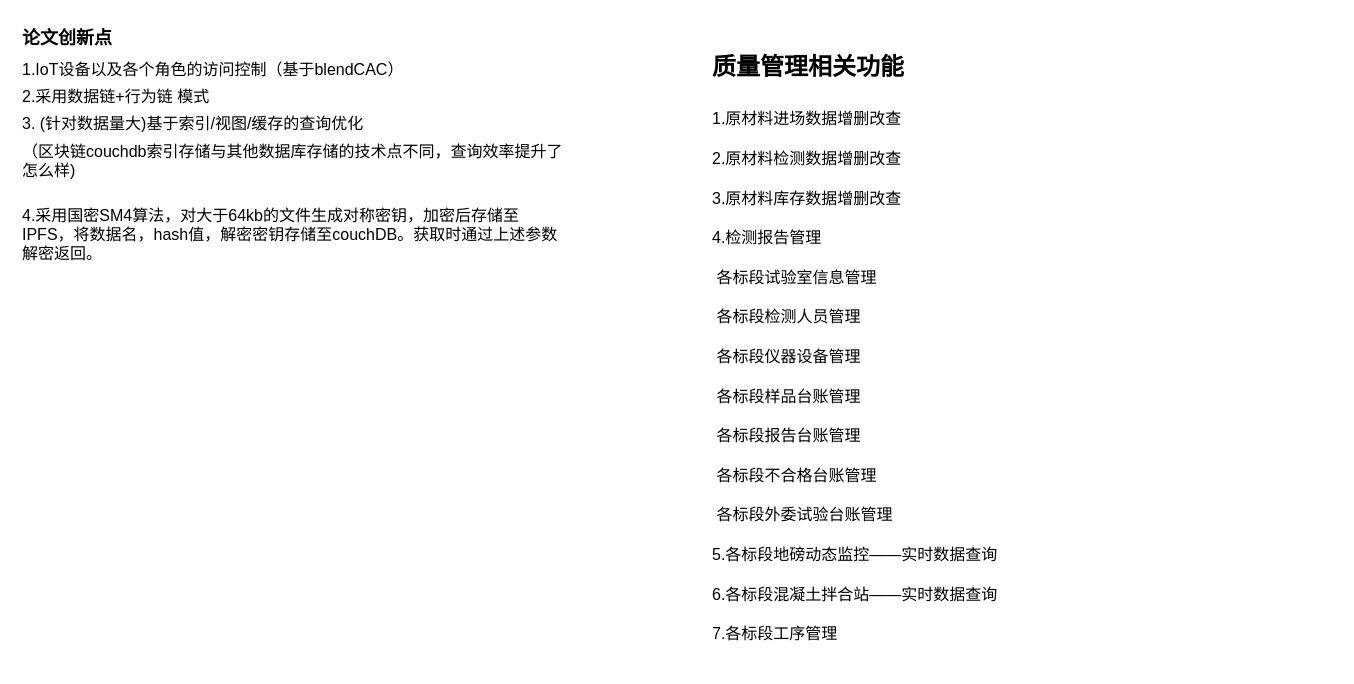
lhq-HuNan/image keeps this draw.io diagram as 未命名绘图.drawio. Above is the earlier version. Source tidied: cells renumbered, new cells numbered last; positions are measured from the earlier drawing's top-left corner, leaving out a move shared by most shapes. Both pictures are drawn from the tidied source at 100%, with x=0, y=0 at pixel (17, 27).
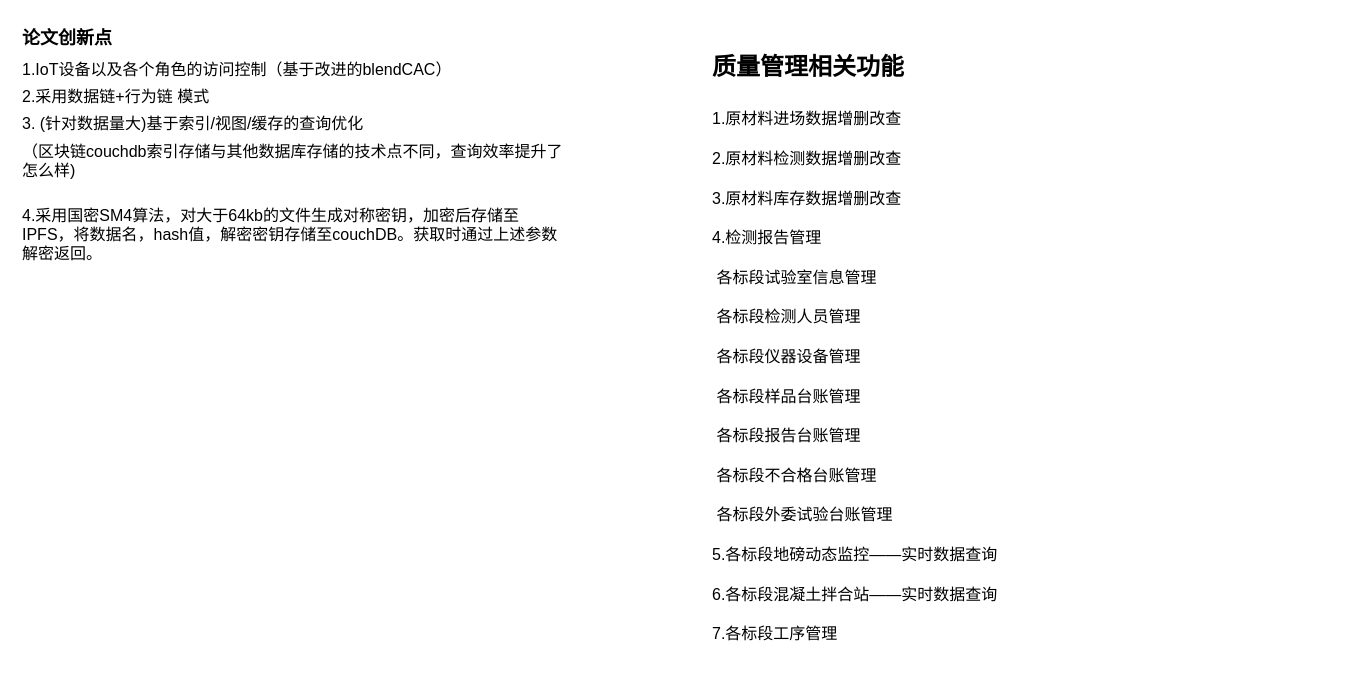
The same diagram, later.

Commit message:
更新未命名绘图.drawio

Diff of the diagram source:
```diff
@@
 <mxGraphModel>
   <root>
     <mxCell id="0" />
     <mxCell id="1" parent="0" />
-    <mxCell id="2" value="&lt;h1&gt;&lt;font style=&quot;font-size: 18px&quot;&gt;论文创新点&lt;/font&gt;&lt;/h1&gt;&lt;p&gt;&lt;font size=&quot;3&quot;&gt;1.IoT设备以及各个角色的访问控制（基于blendCAC）&lt;/font&gt;&lt;/p&gt;&lt;p&gt;&lt;font size=&quot;3&quot;&gt;2.采用数据链+行为链 模式&lt;/font&gt;&lt;/p&gt;&lt;p&gt;&lt;font size=&quot;3&quot;&gt;3. (针对数据量大)基于索引/视图/缓存的查询优化&amp;nbsp;&lt;/font&gt;&lt;/p&gt;&lt;p&gt;&lt;font size=&quot;3&quot;&gt;（区块链couchdb索引存储与其他数据库存储的技术点不同，查询效率提升了怎么样)&lt;/font&gt;&lt;/p&gt;&lt;p&gt;&lt;br&gt;&lt;/p&gt;&lt;p&gt;&lt;font size=&quot;3&quot;&gt;4.采用国密SM4算法，对大于64kb的文件生成对称密钥，加密后存储至IPFS，将数据名，hash值，解密密钥存储至couchDB。获取时通过上述参数解密返回。&lt;/font&gt;&lt;/p&gt;&lt;div&gt;&lt;br&gt;&lt;/div&gt;" style="text;html=1;strokeColor=none;fillColor=none;spacing=5;spacingTop=-20;whiteSpace=wrap;overflow=hidden;rounded=0;fontSize=8;" parent="1" vertex="1">
+    <mxCell id="2" value="&lt;h1&gt;&lt;font style=&quot;font-size: 18px&quot;&gt;论文创新点&lt;/font&gt;&lt;/h1&gt;&lt;p&gt;&lt;font size=&quot;3&quot;&gt;1.IoT设备以及各个角色的访问控制（基于改进的blendCAC）&lt;/font&gt;&lt;/p&gt;&lt;p&gt;&lt;font size=&quot;3&quot;&gt;2.采用数据链+行为链 模式&lt;/font&gt;&lt;/p&gt;&lt;p&gt;&lt;font size=&quot;3&quot;&gt;3. (针对数据量大)基于索引/视图/缓存的查询优化&amp;nbsp;&lt;/font&gt;&lt;/p&gt;&lt;p&gt;&lt;font size=&quot;3&quot;&gt;（区块链couchdb索引存储与其他数据库存储的技术点不同，查询效率提升了怎么样)&lt;/font&gt;&lt;/p&gt;&lt;p&gt;&lt;br&gt;&lt;/p&gt;&lt;p&gt;&lt;font size=&quot;3&quot;&gt;4.采用国密SM4算法，对大于64kb的文件生成对称密钥，加密后存储至IPFS，将数据名，hash值，解密密钥存储至couchDB。获取时通过上述参数解密返回。&lt;/font&gt;&lt;/p&gt;&lt;div&gt;&lt;br&gt;&lt;/div&gt;" style="text;html=1;strokeColor=none;fillColor=none;spacing=5;spacingTop=-20;whiteSpace=wrap;overflow=hidden;rounded=0;fontSize=8;" parent="1" vertex="1">
       <mxGeometry width="550" height="340" as="geometry" />
     </mxCell>
     <mxCell id="3" value="&lt;h1&gt;&lt;font style=&quot;font-size: 24px&quot;&gt;质量管理相关功能&lt;/font&gt;&lt;/h1&gt;&lt;p&gt;&lt;font size=&quot;3&quot;&gt;1.原材料进场数据增删改查&lt;/font&gt;&lt;/p&gt;&lt;p&gt;&lt;font size=&quot;3&quot;&gt;2.原材料检测数据增删改查&lt;/font&gt;&lt;/p&gt;&lt;p&gt;&lt;font size=&quot;3&quot;&gt;3.原材料库存数据增删改查&lt;/font&gt;&lt;/p&gt;&lt;p&gt;&lt;font size=&quot;3&quot;&gt;4.检测报告管理&lt;/font&gt;&lt;/p&gt;&lt;p&gt;&lt;font size=&quot;3&quot;&gt;&lt;span style=&quot;white-space: pre&quot;&gt; &lt;/span&gt;各标段试验室信息管理&lt;br&gt;&lt;/font&gt;&lt;/p&gt;&lt;p&gt;&lt;font size=&quot;3&quot;&gt;&lt;span style=&quot;white-space: pre&quot;&gt; &lt;/span&gt;各标段检测人员管理&lt;br&gt;&lt;/font&gt;&lt;/p&gt;&lt;p&gt;&lt;font size=&quot;3&quot;&gt;&lt;span style=&quot;white-space: pre&quot;&gt; &lt;/span&gt;各标段仪器设备管理&lt;br&gt;&lt;/font&gt;&lt;/p&gt;&lt;p&gt;&lt;font size=&quot;3&quot;&gt;&lt;span style=&quot;white-space: pre&quot;&gt; &lt;/span&gt;各标段样品台账管理&lt;br&gt;&lt;/font&gt;&lt;/p&gt;&lt;p&gt;&lt;font size=&quot;3&quot;&gt;&lt;span style=&quot;white-space: pre&quot;&gt; &lt;/span&gt;各标段报告台账管理&lt;br&gt;&lt;/font&gt;&lt;/p&gt;&lt;p&gt;&lt;font size=&quot;3&quot;&gt;&lt;span style=&quot;white-space: pre&quot;&gt; &lt;/span&gt;各标段不合格台账管理&lt;br&gt;&lt;/font&gt;&lt;/p&gt;&lt;p&gt;&lt;font size=&quot;3&quot;&gt;&lt;span style=&quot;white-space: pre&quot;&gt; &lt;/span&gt;各标段外委试验台账管理&lt;br&gt;&lt;/font&gt;&lt;/p&gt;&lt;p&gt;&lt;font size=&quot;3&quot;&gt;5.各标段地磅动态监控——实时数据查询&lt;/font&gt;&lt;/p&gt;&lt;p&gt;&lt;font size=&quot;3&quot;&gt;6.各标段混凝土拌合站——实时数据查询&lt;/font&gt;&lt;/p&gt;&lt;p&gt;&lt;font size=&quot;3&quot;&gt;7.各标段工序管理&lt;/font&gt;&lt;/p&gt;&lt;p&gt;&lt;font size=&quot;3&quot;&gt;&lt;br&gt;&lt;/font&gt;&lt;/p&gt;&lt;p&gt;&lt;font size=&quot;3&quot;&gt;&lt;span style=&quot;white-space: pre&quot;&gt; &lt;/span&gt;&lt;br&gt;&lt;/font&gt;&lt;/p&gt;&lt;p&gt;&lt;font size=&quot;3&quot;&gt;&lt;span style=&quot;white-space: pre&quot;&gt; &lt;/span&gt;&lt;br&gt;&lt;/font&gt;&lt;/p&gt;" style="text;html=1;strokeColor=none;fillColor=none;spacing=5;spacingTop=-20;whiteSpace=wrap;overflow=hidden;rounded=0;fontSize=18;" parent="1" vertex="1">
       <mxGeometry x="690" width="630" height="640" as="geometry" />
     </mxCell>
   </root>
 </mxGraphModel>
```
